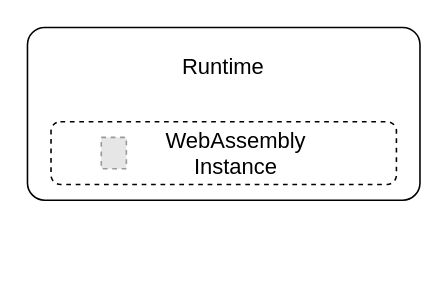
Earlier version of the draw.io diagram figures/sources/wasm-external-mem-safety.drawio (martin-fink/msc-thesis). Source tidied: cells renumbered, new cells numbered last; positions are measured from the earlier drawing's top-left corner, leaving out a move shared by most shapes. Both pictures are drawn from the tidied source at 157%, with x=0, y=0 at pixel (27, 27). Pictures stored in the file or linked from it are replaced by grey dashed boxes.
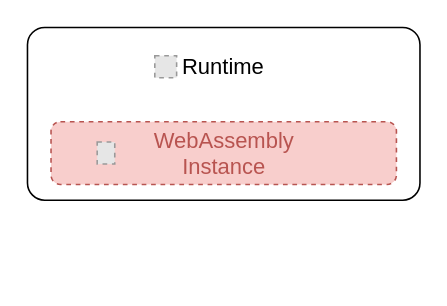
The same diagram, later.

What changed in the source:
```diff
@@
 <mxGraphModel>
   <root>
     <mxCell id="0" />
     <mxCell id="1" parent="0" />
     <mxCell id="2" style="rounded=1;whiteSpace=wrap;html=1;arcSize=10;" parent="1" vertex="1">
       <mxGeometry width="250" height="110" as="geometry" />
     </mxCell>
-    <mxCell id="3" style="rounded=1;whiteSpace=wrap;html=1;arcSize=15;dashed=1;" parent="1" vertex="1">
+    <mxCell id="3" style="rounded=1;whiteSpace=wrap;html=1;arcSize=15;dashed=1;fillColor=#f8cecc;strokeColor=#b85450;" parent="1" vertex="1">
       <mxGeometry x="15" y="60" width="220" height="40" as="geometry" />
     </mxCell>
-    <mxCell id="4" style="group;" parent="1" vertex="1">
-      <mxGeometry x="47" y="65" width="156" height="30" as="geometry" />
-    </mxCell>
+    <mxCell id="7" value="Runtime" style="text;html=1;strokeColor=none;fillColor=none;align=center;verticalAlign=middle;whiteSpace=wrap;rounded=0;fontSize=14;fontFamily=Computer Modern;" parent="1" vertex="1">
+      <mxGeometry x="95" y="10" width="60" height="30" as="geometry" />
+    </mxCell>
+    <mxCell id="8" style="rounded=0;whiteSpace=wrap;html=1;strokeColor=none;fillColor=none;" parent="1" vertex="1">
+      <mxGeometry x="15" y="130" width="70" height="30" as="geometry" />
+    </mxCell>
-    <mxCell id="5" value="WebAssembly Instance" style="text;html=1;strokeColor=none;fillColor=none;align=center;verticalAlign=middle;whiteSpace=wrap;rounded=0;fontSize=14;fontFamily=Computer Modern;" parent="4" vertex="1">
-      <mxGeometry x="16" width="140" height="30" as="geometry" />
+    <mxCell id="5" value="WebAssembly Instance" style="text;html=1;strokeColor=none;fillColor=none;align=center;verticalAlign=middle;whiteSpace=wrap;rounded=0;fontSize=14;fontFamily=Computer Modern;fontColor=#b85450;" parent="1" vertex="1">
+      <mxGeometry x="51.5" y="65" width="147" height="30" as="geometry" />
     </mxCell>
-    <mxCell id="6" style="fillColor=#E6E6E6;strokeColor=#999999;dashed=1;verticalLabelPosition=bottom;labelBackgroundColor=default;verticalAlign=top;" parent="4" vertex="1">
-      <mxGeometry y="5" width="16" height="20" as="geometry" />
-    </mxCell>
-    <mxCell id="7" value="Runtime" style="text;html=1;strokeColor=none;fillColor=none;align=center;verticalAlign=middle;whiteSpace=wrap;rounded=0;fontSize=14;fontFamily=Computer Modern;" parent="1" vertex="1">
-      <mxGeometry x="95" y="10" width="60" height="30" as="geometry" />
-    </mxCell>
+    <mxCell id="9" style="fillColor=#E6E6E6;strokeColor=#999999;dashed=1;verticalLabelPosition=bottom;labelBackgroundColor=default;verticalAlign=top;" parent="1" vertex="1">
+      <mxGeometry x="44.4" y="73" width="11.2" height="14" as="geometry" />
+    </mxCell>
+    <mxCell id="10" style="fillColor=#E6E6E6;strokeColor=#999999;dashed=1;verticalLabelPosition=bottom;labelBackgroundColor=default;verticalAlign=top;" parent="1" vertex="1">
+      <mxGeometry x="81.1" y="18" width="13.9" height="14" as="geometry" />
+    </mxCell>
   </root>
 </mxGraphModel>
```
